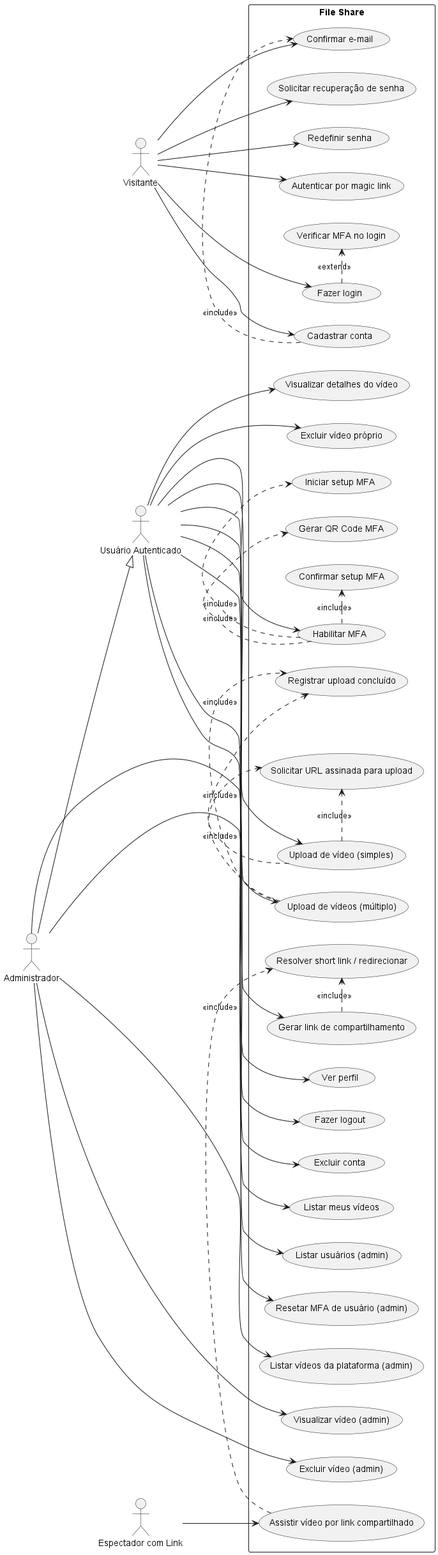
Before: docs/diagramas/diagrama-de-caso-de-uso.png, a diagram exported from PlantUML (vitorweirich/ads-projeto-integrador). Source of this version:
```plantuml
@startuml
left to right direction
skinparam packageStyle rectangle

actor "Visitante" as Guest
actor "Usuário Autenticado" as User
actor "Administrador" as Admin
actor "Espectador com Link" as Viewer

Admin --|> User

rectangle "File Share" {

  usecase "Cadastrar conta" as UC_Register
  usecase "Confirmar e-mail" as UC_ConfirmEmail
  usecase "Fazer login" as UC_Login
  usecase "Verificar MFA no login" as UC_VerifyMfaLogin
  usecase "Solicitar recuperação de senha" as UC_ForgotPassword
  usecase "Redefinir senha" as UC_ResetPassword
  usecase "Autenticar por magic link" as UC_MagicLink

  usecase "Ver perfil" as UC_Profile
  usecase "Fazer logout" as UC_Logout
  usecase "Excluir conta" as UC_DeleteAccount

  usecase "Habilitar MFA" as UC_EnableMfa
  usecase "Iniciar setup MFA" as UC_MfaInit
  usecase "Gerar QR Code MFA" as UC_MfaQr
  usecase "Confirmar setup MFA" as UC_MfaConfirm

  usecase "Listar meus vídeos" as UC_ListMyVideos
  usecase "Upload de vídeo (simples)" as UC_UploadSingle
  usecase "Upload de vídeos (múltiplo)" as UC_UploadMultiple
  usecase "Solicitar URL assinada para upload" as UC_RequestUploadUrl
  usecase "Registrar upload concluído" as UC_RegisterUploaded

  usecase "Visualizar detalhes do vídeo" as UC_ViewVideo
  usecase "Gerar link de compartilhamento" as UC_GenerateShareLink
  usecase "Excluir vídeo próprio" as UC_DeleteOwnVideo

  usecase "Assistir vídeo por link compartilhado" as UC_WatchShared
  usecase "Resolver short link / redirecionar" as UC_ResolveShortLink

  usecase "Listar usuários (admin)" as UC_AdminListUsers
  usecase "Resetar MFA de usuário (admin)" as UC_AdminResetMfa
  usecase "Listar vídeos da plataforma (admin)" as UC_AdminListVideos
  usecase "Visualizar vídeo (admin)" as UC_AdminViewVideo
  usecase "Excluir vídeo (admin)" as UC_AdminDeleteVideo
}

Guest --> UC_Register
Guest --> UC_ConfirmEmail
Guest --> UC_Login
Guest --> UC_ForgotPassword
Guest --> UC_ResetPassword
Guest --> UC_MagicLink

User --> UC_Profile
User --> UC_Logout
User --> UC_DeleteAccount
User --> UC_EnableMfa
User --> UC_ListMyVideos
User --> UC_UploadSingle
User --> UC_UploadMultiple
User --> UC_ViewVideo
User --> UC_GenerateShareLink
User --> UC_DeleteOwnVideo

Viewer --> UC_WatchShared

Admin --> UC_AdminListUsers
Admin --> UC_AdminResetMfa
Admin --> UC_AdminListVideos
Admin --> UC_AdminViewVideo
Admin --> UC_AdminDeleteVideo

UC_Login .> UC_VerifyMfaLogin : <<extend>>
UC_Register .> UC_ConfirmEmail : <<include>>

UC_EnableMfa .> UC_MfaInit : <<include>>
UC_EnableMfa .> UC_MfaQr : <<include>>
UC_EnableMfa .> UC_MfaConfirm : <<include>>

UC_UploadSingle .> UC_RequestUploadUrl : <<include>>
UC_UploadSingle .> UC_RegisterUploaded : <<include>>
UC_UploadMultiple .> UC_RequestUploadUrl : <<include>>
UC_UploadMultiple .> UC_RegisterUploaded : <<include>>

UC_GenerateShareLink .> UC_ResolveShortLink : <<include>>
UC_WatchShared .> UC_ResolveShortLink : <<include>>

@enduml
```
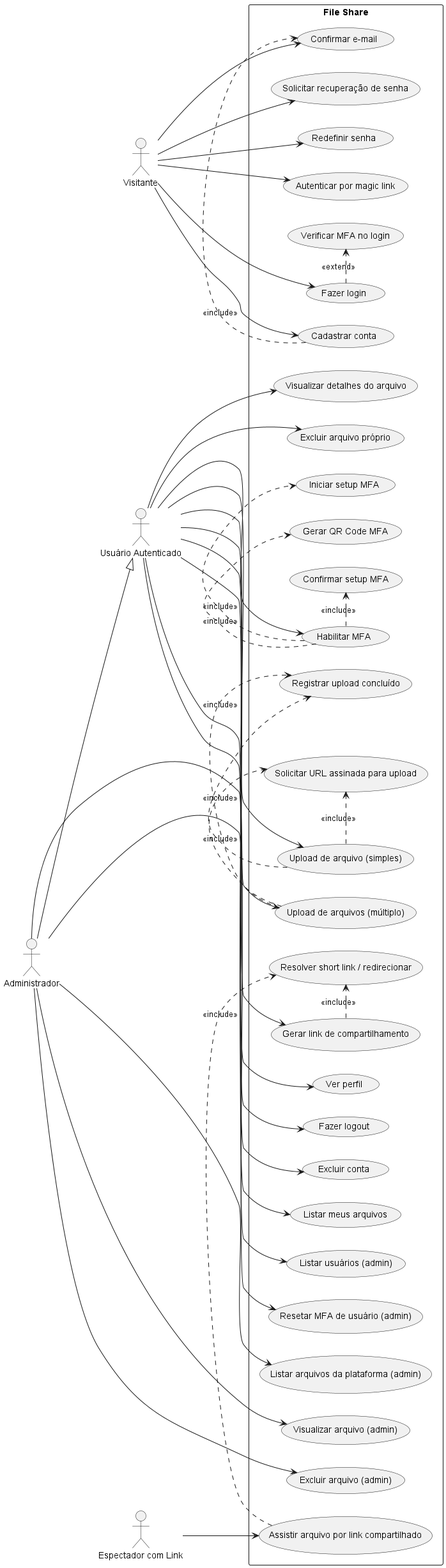
Above is the later version.

What changed in the source:
```diff
@@ -1,4 +1,4 @@
-@startuml
+@startuml "Diagrama de Caso de Uso"
 left to right direction
 skinparam packageStyle rectangle
 
@@ -28,24 +28,24 @@
   usecase "Gerar QR Code MFA" as UC_MfaQr
   usecase "Confirmar setup MFA" as UC_MfaConfirm
 
-  usecase "Listar meus vídeos" as UC_ListMyVideos
-  usecase "Upload de vídeo (simples)" as UC_UploadSingle
-  usecase "Upload de vídeos (múltiplo)" as UC_UploadMultiple
+  usecase "Listar meus arquivos" as UC_ListMyFiles
+  usecase "Upload de arquivo (simples)" as UC_UploadSingle
+  usecase "Upload de arquivos (múltiplo)" as UC_UploadMultiple
   usecase "Solicitar URL assinada para upload" as UC_RequestUploadUrl
   usecase "Registrar upload concluído" as UC_RegisterUploaded
 
-  usecase "Visualizar detalhes do vídeo" as UC_ViewVideo
+  usecase "Visualizar detalhes do arquivo" as UC_ViewFile
   usecase "Gerar link de compartilhamento" as UC_GenerateShareLink
-  usecase "Excluir vídeo próprio" as UC_DeleteOwnVideo
+  usecase "Excluir arquivo próprio" as UC_DeleteOwnFile
 
-  usecase "Assistir vídeo por link compartilhado" as UC_WatchShared
+  usecase "Assistir arquivo por link compartilhado" as UC_WatchShared
   usecase "Resolver short link / redirecionar" as UC_ResolveShortLink
 
   usecase "Listar usuários (admin)" as UC_AdminListUsers
   usecase "Resetar MFA de usuário (admin)" as UC_AdminResetMfa
-  usecase "Listar vídeos da plataforma (admin)" as UC_AdminListVideos
-  usecase "Visualizar vídeo (admin)" as UC_AdminViewVideo
-  usecase "Excluir vídeo (admin)" as UC_AdminDeleteVideo
+  usecase "Listar arquivos da plataforma (admin)" as UC_AdminListFiles
+  usecase "Visualizar arquivo (admin)" as UC_AdminViewFile
+  usecase "Excluir arquivo (admin)" as UC_AdminDeleteFile
 }
 
 Guest --> UC_Register
@@ -59,20 +59,20 @@
 User --> UC_Logout
 User --> UC_DeleteAccount
 User --> UC_EnableMfa
-User --> UC_ListMyVideos
+User --> UC_ListMyFiles
 User --> UC_UploadSingle
 User --> UC_UploadMultiple
-User --> UC_ViewVideo
+User --> UC_ViewFile
 User --> UC_GenerateShareLink
-User --> UC_DeleteOwnVideo
+User --> UC_DeleteOwnFile
 
 Viewer --> UC_WatchShared
 
 Admin --> UC_AdminListUsers
 Admin --> UC_AdminResetMfa
-Admin --> UC_AdminListVideos
-Admin --> UC_AdminViewVideo
-Admin --> UC_AdminDeleteVideo
+Admin --> UC_AdminListFiles
+Admin --> UC_AdminViewFile
+Admin --> UC_AdminDeleteFile
 
 UC_Login .> UC_VerifyMfaLogin : <<extend>>
 UC_Register .> UC_ConfirmEmail : <<include>>
```
